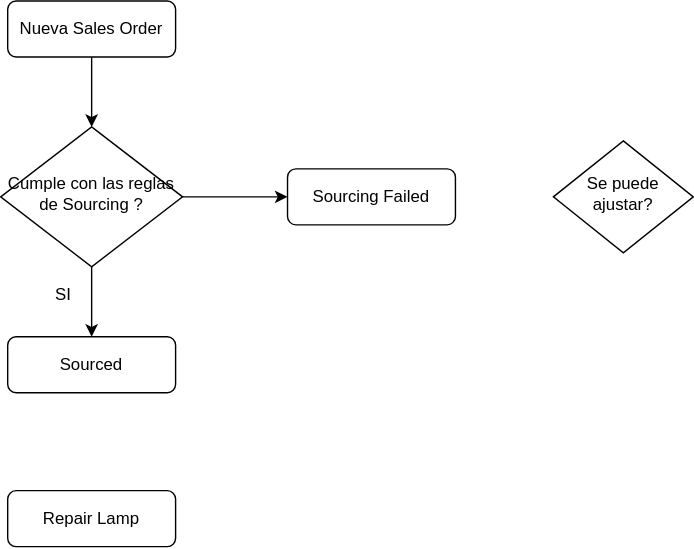
Before: Pedidos.svg, a diagram exported from draw.io (erick12357/pruebaRest). Source tidied: cells renumbered, new cells last; positions are measured from the earlier drawing's top-left corner, leaving out a move shared by most shapes.
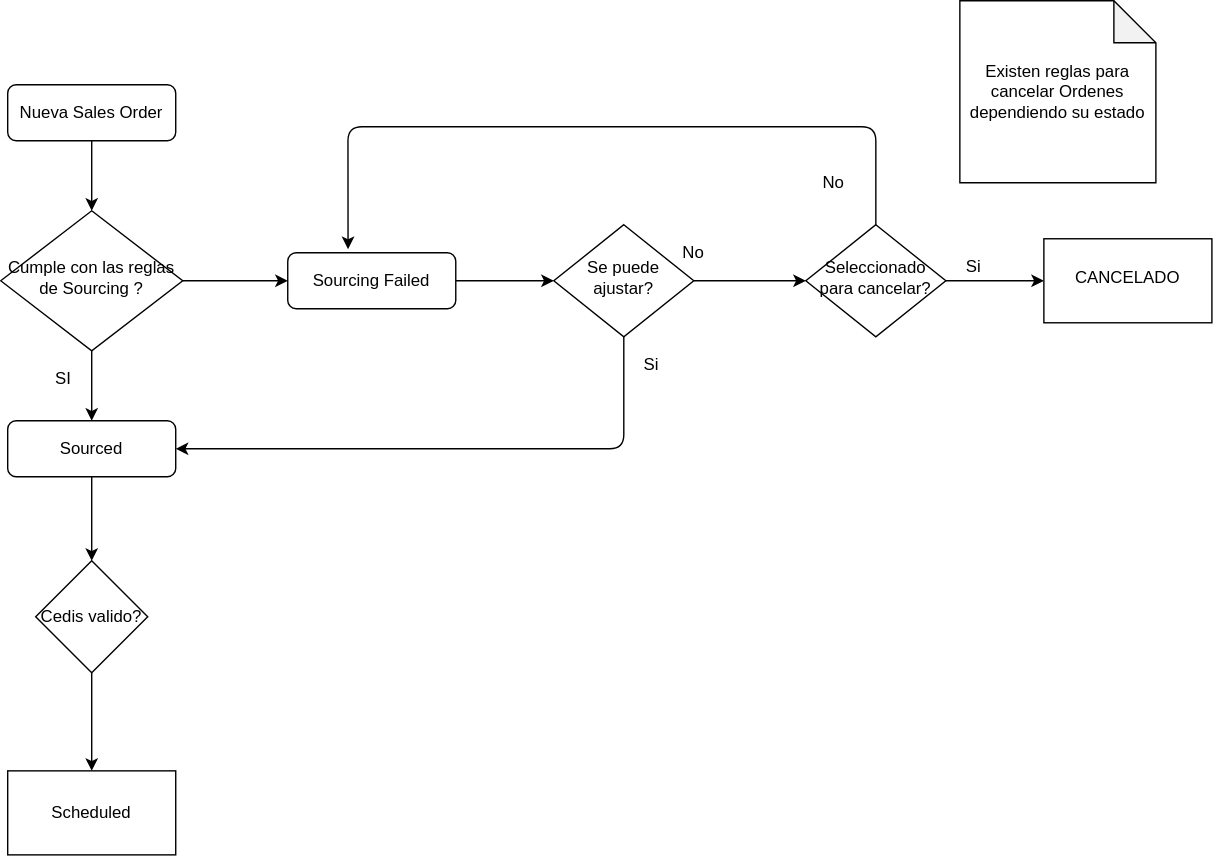
Later version of the same file.

The edit, as a diff of the source:
```diff
@@ -11,12 +11,15 @@
     <mxCell id="4" value="Sourcing Failed" style="rounded=1;whiteSpace=wrap;html=1;fontSize=12;glass=0;strokeWidth=1;shadow=0;" parent="1" vertex="1">
       <mxGeometry x="205" y="120" width="120" height="40" as="geometry" />
     </mxCell>
+    <mxCell id="12" style="edgeStyle=orthogonalEdgeStyle;rounded=0;jettySize=auto;html=1;" parent="1" edge="1" source="5" target="18">
+      <mxGeometry relative="1" as="geometry" />
+    </mxCell>
     <mxCell id="5" value="Se puede&lt;br&gt;ajustar?" style="rhombus;whiteSpace=wrap;html=1;shadow=0;fontFamily=Helvetica;fontSize=12;align=center;strokeWidth=1;spacing=6;spacingTop=-4;" parent="1" vertex="1">
       <mxGeometry x="395" y="100" width="100" height="80" as="geometry" />
     </mxCell>
-    <mxCell id="6" value="Repair Lamp" style="rounded=1;whiteSpace=wrap;html=1;fontSize=12;glass=0;strokeWidth=1;shadow=0;" parent="1" vertex="1">
-      <mxGeometry x="5" y="350" width="120" height="40" as="geometry" />
-    </mxCell>
+    <mxCell id="13" style="edgeStyle=orthogonalEdgeStyle;rounded=0;jettySize=auto;html=1;" parent="1" edge="1" source="7" target="26">
+      <mxGeometry relative="1" as="geometry" />
+    </mxCell>
     <mxCell id="7" value="Sourced" style="rounded=1;whiteSpace=wrap;html=1;fontSize=12;glass=0;strokeWidth=1;shadow=0;" parent="1" vertex="1">
       <mxGeometry x="5" y="240" width="120" height="40" as="geometry" />
     </mxCell>
@@ -34,5 +37,56 @@
         <mxPoint x="205" y="140" as="targetPoint" />
       </mxGeometry>
     </mxCell>
+    <mxCell id="14" style="endArrow=classic;html=1;exitX=0.5;exitY=1;exitDx=0;exitDy=0;entryX=1;entryY=0.5;entryDx=0;entryDy=0;" parent="1" edge="1" source="5" target="7">
+      <mxGeometry relative="1" as="geometry">
+        <Array as="points">
+          <mxPoint x="445" y="260" />
+        </Array>
+      </mxGeometry>
+    </mxCell>
+    <mxCell id="15" value="Si" style="text;html=1;strokeColor=none;fillColor=none;align=center;verticalAlign=middle;whiteSpace=wrap;rounded=0;" parent="1" vertex="1">
+      <mxGeometry x="445" y="190" width="40" height="20" as="geometry" />
+    </mxCell>
+    <mxCell id="16" style="endArrow=classic;html=1;entryX=0;entryY=0.5;entryDx=0;entryDy=0;exitX=1;exitY=0.5;exitDx=0;exitDy=0;" parent="1" edge="1" source="4" target="5">
+      <mxGeometry relative="1" as="geometry" />
+    </mxCell>
+    <mxCell id="17" style="edgeStyle=orthogonalEdgeStyle;rounded=0;jettySize=auto;html=1;" parent="1" edge="1" source="18" target="19">
+      <mxGeometry relative="1" as="geometry" />
+    </mxCell>
+    <mxCell id="18" value="Seleccionado para cancelar?" style="rhombus;whiteSpace=wrap;html=1;shadow=0;fontFamily=Helvetica;fontSize=12;align=center;strokeWidth=1;spacing=6;spacingTop=-4;" parent="1" vertex="1">
+      <mxGeometry x="575" y="100" width="100" height="80" as="geometry" />
+    </mxCell>
+    <mxCell id="19" value="CANCELADO" style="whiteSpace=wrap;html=1;shadow=0;strokeWidth=1;spacing=6;spacingTop=-4;" parent="1" vertex="1">
+      <mxGeometry x="745" y="110" width="120" height="60" as="geometry" />
+    </mxCell>
+    <mxCell id="20" value="Si" style="text;html=1;strokeColor=none;fillColor=none;align=center;verticalAlign=middle;whiteSpace=wrap;rounded=0;" parent="1" vertex="1">
+      <mxGeometry x="675" y="120" width="40" height="20" as="geometry" />
+    </mxCell>
+    <mxCell id="21" value="No" style="text;html=1;strokeColor=none;fillColor=none;align=center;verticalAlign=middle;whiteSpace=wrap;rounded=0;" parent="1" vertex="1">
+      <mxGeometry x="475" y="110" width="40" height="20" as="geometry" />
+    </mxCell>
+    <mxCell id="22" style="endArrow=classic;html=1;exitX=0.5;exitY=0;exitDx=0;exitDy=0;entryX=0.359;entryY=-0.065;entryDx=0;entryDy=0;entryPerimeter=0;" parent="1" edge="1" source="18" target="4">
+      <mxGeometry relative="1" as="geometry">
+        <Array as="points">
+          <mxPoint x="625" y="30" />
+          <mxPoint x="248" y="30" />
+        </Array>
+      </mxGeometry>
+    </mxCell>
+    <mxCell id="23" value="No" style="text;html=1;strokeColor=none;fillColor=none;align=center;verticalAlign=middle;whiteSpace=wrap;rounded=0;" parent="1" vertex="1">
+      <mxGeometry x="575" y="60" width="40" height="20" as="geometry" />
+    </mxCell>
+    <mxCell id="24" value="Existen reglas para cancelar Ordenes dependiendo su estado" style="shape=note;whiteSpace=wrap;html=1;backgroundOutline=1;darkOpacity=0.05;" parent="1" vertex="1">
+      <mxGeometry x="685" y="-60" width="140" height="130" as="geometry" />
+    </mxCell>
+    <mxCell id="25" style="edgeStyle=orthogonalEdgeStyle;rounded=0;jettySize=auto;html=1;" parent="1" edge="1" source="26" target="27">
+      <mxGeometry relative="1" as="geometry" />
+    </mxCell>
+    <mxCell id="26" value="Cedis valido?" style="rhombus;whiteSpace=wrap;html=1;" parent="1" vertex="1">
+      <mxGeometry x="25" y="340" width="80" height="80" as="geometry" />
+    </mxCell>
+    <mxCell id="27" value="Scheduled" style="whiteSpace=wrap;html=1;" parent="1" vertex="1">
+      <mxGeometry x="5" y="490" width="120" height="60" as="geometry" />
+    </mxCell>
   </root>
 </mxGraphModel>
```
